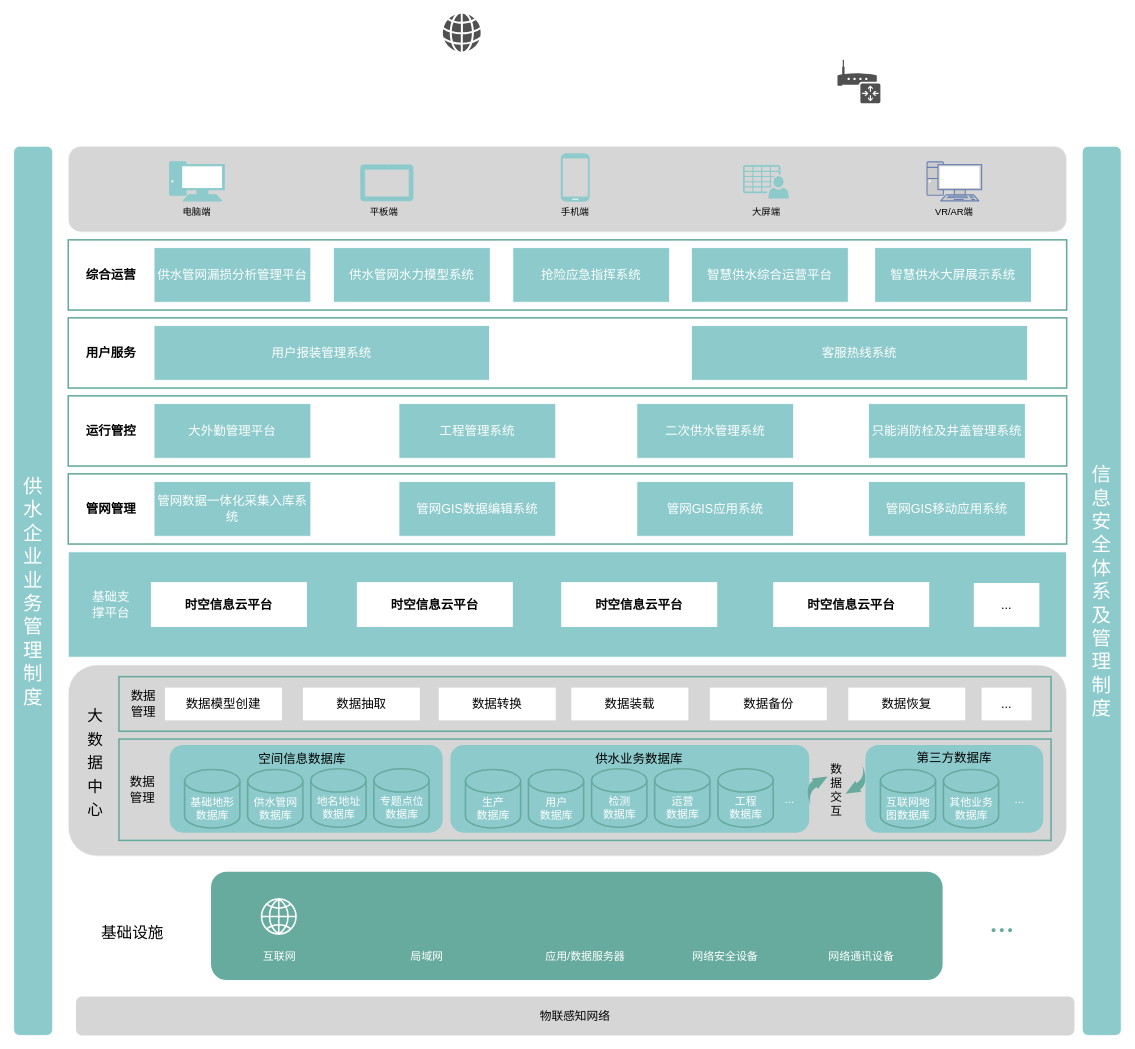
Before: page "第 1 页" (1 of 2) of Untitled Diagram.drawio in zhangxrxyy/draw, a draw.io diagram. Source tidied: cells renumbered, new cells numbered last; positions are measured from the earlier drawing's top-left corner, leaving out a move shared by most shapes. Both pictures are drawn from the tidied source at 78%, with x=0, y=0 at pixel (13, 13).
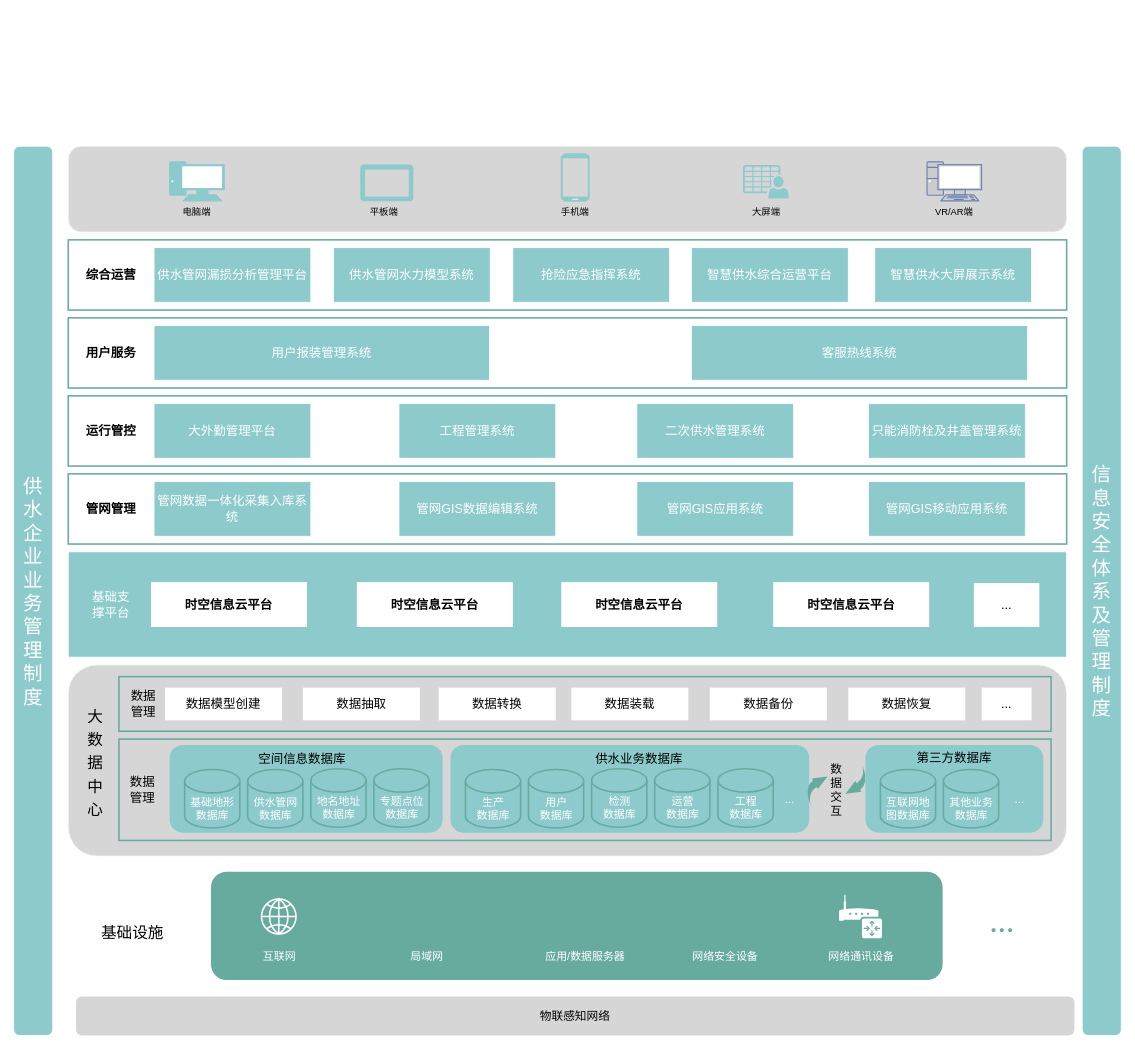
After the change.

Change to the diagram source:
```diff
@@
-    <mxCell id="111" style="sketch=0;shadow=0;dashed=0;html=1;strokeColor=none;fillColor=#505050;labelPosition=center;verticalLabelPosition=bottom;verticalAlign=top;align=center;shape=mxgraph.office.devices.router;rounded=1;labelBackgroundColor=none;fontSize=12;fontColor=#67AB9F;" parent="1" vertex="1">
-      <mxGeometry x="1056.2" y="59" width="55" height="56" as="geometry" />
+    <mxCell id="111" style="sketch=0;shadow=0;dashed=0;html=1;strokeColor=none;fillColor=#FFFFFF;labelPosition=center;verticalLabelPosition=bottom;verticalAlign=top;align=center;shape=mxgraph.office.devices.router;rounded=1;labelBackgroundColor=none;fontSize=12;fontColor=#67AB9F;" parent="1" vertex="1">
+      <mxGeometry x="1058.2" y="1129.5" width="55" height="56" as="geometry" />
     </mxCell>
-    <mxCell id="112" style="sketch=0;shadow=0;dashed=0;html=1;strokeColor=none;fillColor=#505050;labelPosition=center;verticalLabelPosition=bottom;verticalAlign=top;align=center;shape=mxgraph.office.concepts.globe_internet;rounded=1;labelBackgroundColor=none;fontSize=12;fontColor=#67AB9F;" parent="1" vertex="1">
-      <mxGeometry x="550" width="49" height="49" as="geometry" />
-    </mxCell>
```
